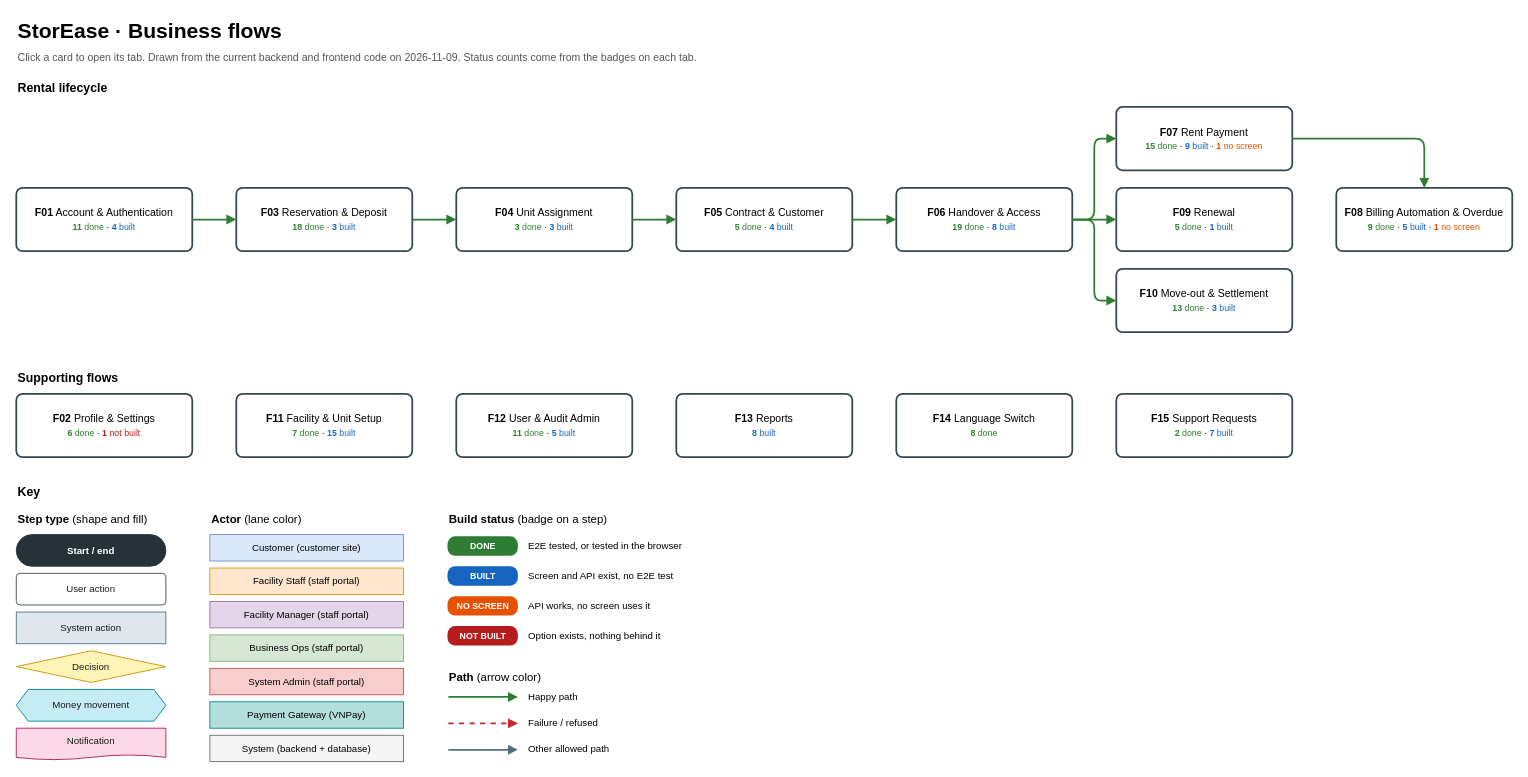
The draw.io diagram page "Overview" (1 of 17) of flows.drawio in MiKhangz/Self-Storage-Facility-FRONTEND, before the edit. Source tidied: cells renumbered, new cells numbered last; positions are measured from the earlier drawing's top-left corner, leaving out a move shared by most shapes. Both pictures are drawn from the tidied source at 88%, with x=0, y=0 at pixel (16, 15).
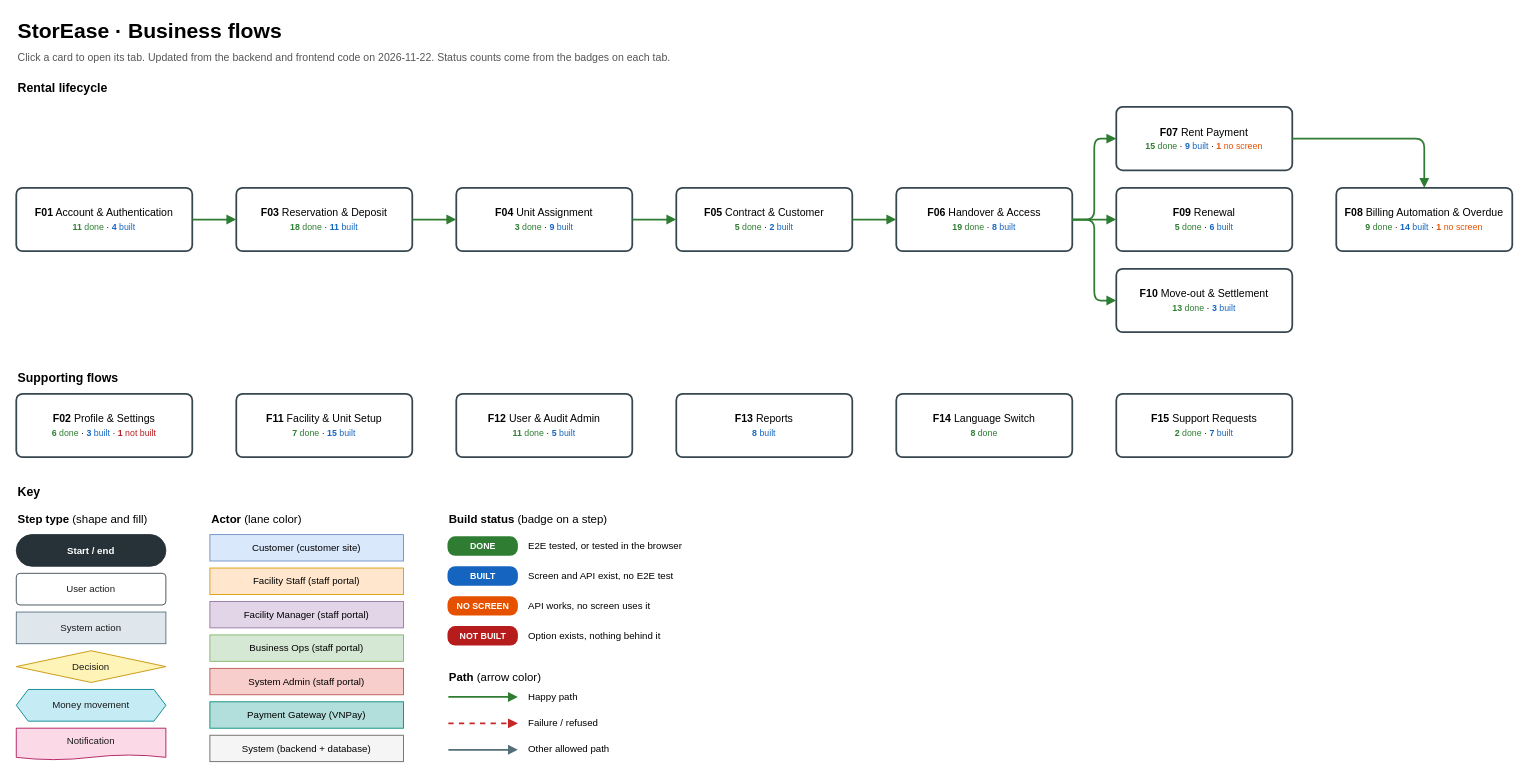
After the change.

Commit message (it also covers changes not shown here):
docs(flows): same diagram as the backend, up to 22 Nov

What changed in the source:
```diff
@@
-    <mxCell id="3" value="Click a card to open its tab. Drawn from the current backend and frontend code on 2026-11-09. Status counts come from the badges on each tab." style="text;html=1;strokeColor=none;fillColor=none;whiteSpace=wrap;align=left;verticalAlign=middle;fontSize=12;fontColor=#555555;" parent="1" vertex="1">
+    <mxCell id="3" value="Click a card to open its tab. Updated from the backend and frontend code on 2026-11-22. Status counts come from the badges on each tab." style="text;html=1;strokeColor=none;fillColor=none;whiteSpace=wrap;align=left;verticalAlign=middle;fontSize=12;fontColor=#555555;" parent="1" vertex="1">
       <mxGeometry y="36" width="1300" height="24" as="geometry" />
     </mxCell>
@@
-    <mxCell id="6" value="&lt;b&gt;F03&lt;/b&gt; Reservation &amp; Deposit&lt;br&gt;&lt;font style=&quot;font-size:10px&quot;&gt;&lt;font color=&quot;#2e7d32&quot;&gt;&lt;b&gt;18&lt;/b&gt; done&lt;/font&gt; · &lt;font color=&quot;#1565c0&quot;&gt;&lt;b&gt;3&lt;/b&gt; built&lt;/font&gt;&lt;/font&gt;" style="rounded=1;arcSize=10;html=1;whiteSpace=wrap;fontSize=12;fillColor=#ffffff;strokeColor=#37474f;strokeWidth=2;" parent="1" vertex="1">
+    <mxCell id="6" value="&lt;b&gt;F03&lt;/b&gt; Reservation &amp; Deposit&lt;br&gt;&lt;font style=&quot;font-size:10px&quot;&gt;&lt;font color=&quot;#2e7d32&quot;&gt;&lt;b&gt;18&lt;/b&gt; done&lt;/font&gt; · &lt;font color=&quot;#1565c0&quot;&gt;&lt;b&gt;11&lt;/b&gt; built&lt;/font&gt;&lt;/font&gt;" style="rounded=1;arcSize=10;html=1;whiteSpace=wrap;fontSize=12;fillColor=#ffffff;strokeColor=#37474f;strokeWidth=2;" parent="1" vertex="1">
       <mxGeometry x="250" y="196" width="200" height="72" as="geometry" />
     </mxCell>
-    <mxCell id="7" value="&lt;b&gt;F04&lt;/b&gt; Unit Assignment&lt;br&gt;&lt;font style=&quot;font-size:10px&quot;&gt;&lt;font color=&quot;#2e7d32&quot;&gt;&lt;b&gt;3&lt;/b&gt; done&lt;/font&gt; · &lt;font color=&quot;#1565c0&quot;&gt;&lt;b&gt;3&lt;/b&gt; built&lt;/font&gt;&lt;/font&gt;" style="rounded=1;arcSize=10;html=1;whiteSpace=wrap;fontSize=12;fillColor=#ffffff;strokeColor=#37474f;strokeWidth=2;" parent="1" vertex="1">
+    <mxCell id="7" value="&lt;b&gt;F04&lt;/b&gt; Unit Assignment&lt;br&gt;&lt;font style=&quot;font-size:10px&quot;&gt;&lt;font color=&quot;#2e7d32&quot;&gt;&lt;b&gt;3&lt;/b&gt; done&lt;/font&gt; · &lt;font color=&quot;#1565c0&quot;&gt;&lt;b&gt;9&lt;/b&gt; built&lt;/font&gt;&lt;/font&gt;" style="rounded=1;arcSize=10;html=1;whiteSpace=wrap;fontSize=12;fillColor=#ffffff;strokeColor=#37474f;strokeWidth=2;" parent="1" vertex="1">
       <mxGeometry x="500" y="196" width="200" height="72" as="geometry" />
     </mxCell>
-    <mxCell id="8" value="&lt;b&gt;F05&lt;/b&gt; Contract &amp; Customer&lt;br&gt;&lt;font style=&quot;font-size:10px&quot;&gt;&lt;font color=&quot;#2e7d32&quot;&gt;&lt;b&gt;5&lt;/b&gt; done&lt;/font&gt; · &lt;font color=&quot;#1565c0&quot;&gt;&lt;b&gt;4&lt;/b&gt; built&lt;/font&gt;&lt;/font&gt;" style="rounded=1;arcSize=10;html=1;whiteSpace=wrap;fontSize=12;fillColor=#ffffff;strokeColor=#37474f;strokeWidth=2;" parent="1" vertex="1">
+    <mxCell id="8" value="&lt;b&gt;F05&lt;/b&gt; Contract &amp; Customer&lt;br&gt;&lt;font style=&quot;font-size:10px&quot;&gt;&lt;font color=&quot;#2e7d32&quot;&gt;&lt;b&gt;5&lt;/b&gt; done&lt;/font&gt; · &lt;font color=&quot;#1565c0&quot;&gt;&lt;b&gt;2&lt;/b&gt; built&lt;/font&gt;&lt;/font&gt;" style="rounded=1;arcSize=10;html=1;whiteSpace=wrap;fontSize=12;fillColor=#ffffff;strokeColor=#37474f;strokeWidth=2;" parent="1" vertex="1">
       <mxGeometry x="750" y="196" width="200" height="72" as="geometry" />
     </mxCell>
@@
-    <mxCell id="11" value="&lt;b&gt;F09&lt;/b&gt; Renewal&lt;br&gt;&lt;font style=&quot;font-size:10px&quot;&gt;&lt;font color=&quot;#2e7d32&quot;&gt;&lt;b&gt;5&lt;/b&gt; done&lt;/font&gt; · &lt;font color=&quot;#1565c0&quot;&gt;&lt;b&gt;1&lt;/b&gt; built&lt;/font&gt;&lt;/font&gt;" style="rounded=1;arcSize=10;html=1;whiteSpace=wrap;fontSize=12;fillColor=#ffffff;strokeColor=#37474f;strokeWidth=2;" parent="1" vertex="1">
+    <mxCell id="11" value="&lt;b&gt;F09&lt;/b&gt; Renewal&lt;br&gt;&lt;font style=&quot;font-size:10px&quot;&gt;&lt;font color=&quot;#2e7d32&quot;&gt;&lt;b&gt;5&lt;/b&gt; done&lt;/font&gt; · &lt;font color=&quot;#1565c0&quot;&gt;&lt;b&gt;6&lt;/b&gt; built&lt;/font&gt;&lt;/font&gt;" style="rounded=1;arcSize=10;html=1;whiteSpace=wrap;fontSize=12;fillColor=#ffffff;strokeColor=#37474f;strokeWidth=2;" parent="1" vertex="1">
       <mxGeometry x="1250" y="196" width="200" height="72" as="geometry" />
     </mxCell>
@@
-    <mxCell id="13" value="&lt;b&gt;F08&lt;/b&gt; Billing Automation &amp; Overdue&lt;br&gt;&lt;font style=&quot;font-size:10px&quot;&gt;&lt;font color=&quot;#2e7d32&quot;&gt;&lt;b&gt;9&lt;/b&gt; done&lt;/font&gt; · &lt;font color=&quot;#1565c0&quot;&gt;&lt;b&gt;5&lt;/b&gt; built&lt;/font&gt; · &lt;font color=&quot;#e65100&quot;&gt;&lt;b&gt;1&lt;/b&gt; no screen&lt;/font&gt;&lt;/font&gt;" style="rounded=1;arcSize=10;html=1;whiteSpace=wrap;fontSize=12;fillColor=#ffffff;strokeColor=#37474f;strokeWidth=2;" parent="1" vertex="1">
+    <mxCell id="13" value="&lt;b&gt;F08&lt;/b&gt; Billing Automation &amp; Overdue&lt;br&gt;&lt;font style=&quot;font-size:10px&quot;&gt;&lt;font color=&quot;#2e7d32&quot;&gt;&lt;b&gt;9&lt;/b&gt; done&lt;/font&gt; · &lt;font color=&quot;#1565c0&quot;&gt;&lt;b&gt;14&lt;/b&gt; built&lt;/font&gt; · &lt;font color=&quot;#e65100&quot;&gt;&lt;b&gt;1&lt;/b&gt; no screen&lt;/font&gt;&lt;/font&gt;" style="rounded=1;arcSize=10;html=1;whiteSpace=wrap;fontSize=12;fillColor=#ffffff;strokeColor=#37474f;strokeWidth=2;" parent="1" vertex="1">
       <mxGeometry x="1500" y="196" width="200" height="72" as="geometry" />
     </mxCell>
@@
-    <mxCell id="23" value="&lt;b&gt;F02&lt;/b&gt; Profile &amp; Settings&lt;br&gt;&lt;font style=&quot;font-size:10px&quot;&gt;&lt;font color=&quot;#2e7d32&quot;&gt;&lt;b&gt;6&lt;/b&gt; done&lt;/font&gt; · &lt;font color=&quot;#b71c1c&quot;&gt;&lt;b&gt;1&lt;/b&gt; not built&lt;/font&gt;&lt;/font&gt;" style="rounded=1;arcSize=10;html=1;whiteSpace=wrap;fontSize=12;fillColor=#ffffff;strokeColor=#37474f;strokeWidth=2;" parent="1" vertex="1">
+    <mxCell id="23" value="&lt;b&gt;F02&lt;/b&gt; Profile &amp; Settings&lt;br&gt;&lt;font style=&quot;font-size:10px&quot;&gt;&lt;font color=&quot;#2e7d32&quot;&gt;&lt;b&gt;6&lt;/b&gt; done&lt;/font&gt; · &lt;font color=&quot;#1565c0&quot;&gt;&lt;b&gt;3&lt;/b&gt; built&lt;/font&gt; · &lt;font color=&quot;#b71c1c&quot;&gt;&lt;b&gt;1&lt;/b&gt; not built&lt;/font&gt;&lt;/font&gt;" style="rounded=1;arcSize=10;html=1;whiteSpace=wrap;fontSize=12;fillColor=#ffffff;strokeColor=#37474f;strokeWidth=2;" parent="1" vertex="1">
       <mxGeometry y="430" width="200" height="72" as="geometry" />
     </mxCell>
```
